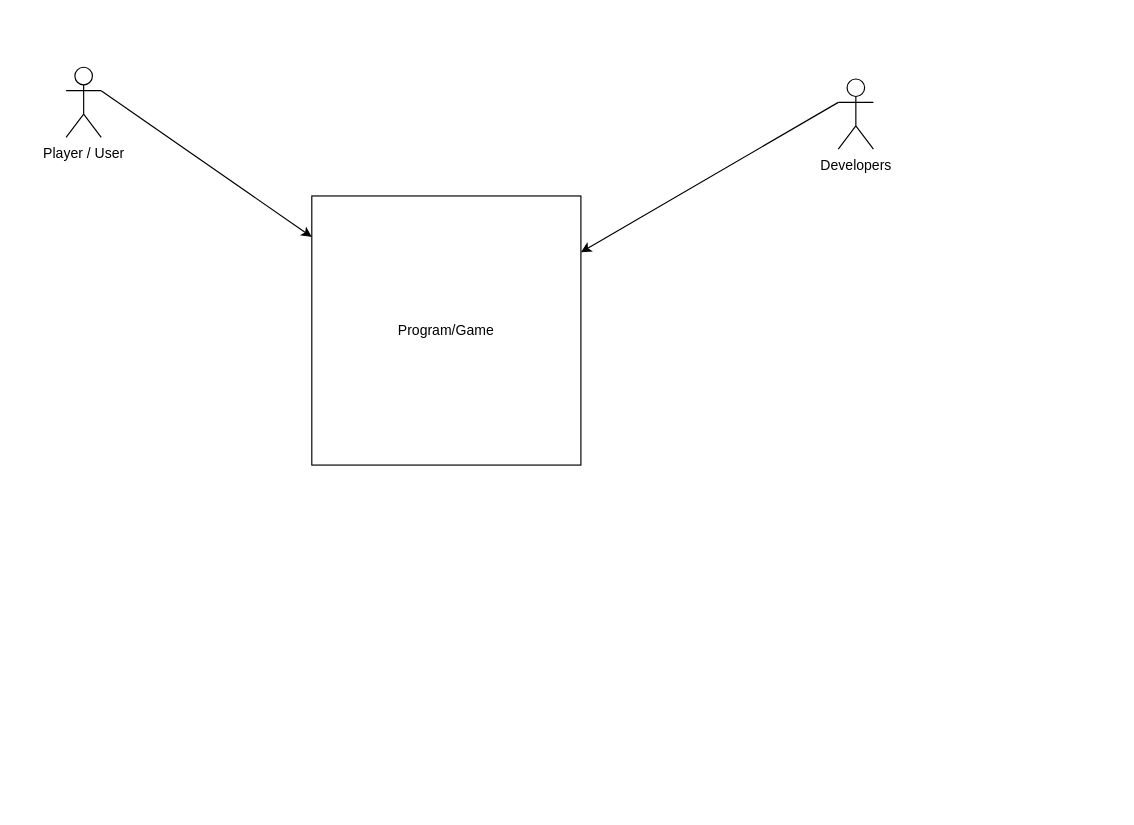
The draw.io diagram Untitled Diagram.drawio in nathanscott01/SENG201_Project, before the edit. Source tidied: cells renumbered, new cells numbered last; positions are measured from the earlier drawing's top-left corner, leaving out a move shared by most shapes. Both pictures are drawn from the tidied source at 117%, with x=0, y=0 at pixel (66, 67).
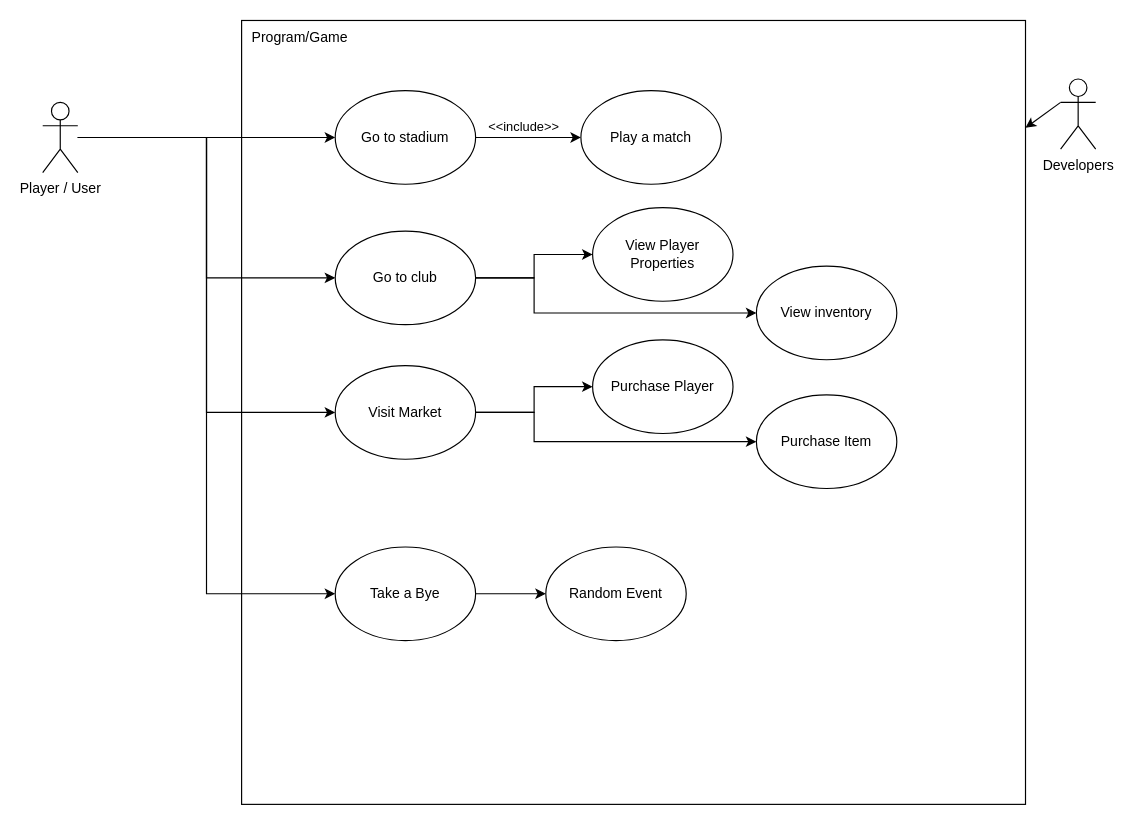
The same page after the edit.

Commit message:
Updated the Use Case Diagram

What changed in the source:
```diff
@@
-    <mxCell id="2" value="Program/Game" style="whiteSpace=wrap;html=1;" parent="1" vertex="1">
-      <mxGeometry x="210" y="110" width="230" height="230" as="geometry" />
+    <mxCell id="2" style="whiteSpace=wrap;html=1;" parent="1" vertex="1">
+      <mxGeometry x="150" y="-40" width="670" height="670" as="geometry" />
     </mxCell>
+    <mxCell id="7" style="edgeStyle=orthogonalEdgeStyle;rounded=0;jettySize=auto;html=1;entryX=0;entryY=0.5;entryDx=0;entryDy=0;" parent="1" edge="1" source="3" target="20">
+      <mxGeometry relative="1" as="geometry" />
+    </mxCell>
+    <mxCell id="8" style="edgeStyle=orthogonalEdgeStyle;rounded=0;jettySize=auto;html=1;" parent="1" edge="1" source="3" target="14">
+      <mxGeometry relative="1" as="geometry" />
+    </mxCell>
+    <mxCell id="9" style="edgeStyle=orthogonalEdgeStyle;rounded=0;jettySize=auto;html=1;entryX=0;entryY=0.5;entryDx=0;entryDy=0;" parent="1" edge="1" source="3" target="17">
+      <mxGeometry relative="1" as="geometry" />
+    </mxCell>
+    <mxCell id="10" style="edgeStyle=orthogonalEdgeStyle;rounded=0;jettySize=auto;html=1;entryX=0;entryY=0.5;entryDx=0;entryDy=0;" parent="1" edge="1" source="3" target="22">
+      <mxGeometry relative="1" as="geometry" />
+    </mxCell>
     <mxCell id="3" value="&lt;div&gt;Player / User&lt;/div&gt;&lt;div&gt;&lt;br&gt;&lt;/div&gt;" style="shape=umlActor;verticalLabelPosition=bottom;verticalAlign=top;html=1;outlineConnect=0;" parent="1" vertex="1">
-      <mxGeometry width="30" height="60" as="geometry" />
+      <mxGeometry x="-20" y="30" width="30" height="60" as="geometry" />
     </mxCell>
-    <mxCell id="4" style="endArrow=classic;html=1;rounded=0;exitX=1;exitY=0.3333333333333333;exitDx=0;exitDy=0;exitPerimeter=0;" parent="1" edge="1" source="3" target="2">
-      <mxGeometry relative="1" as="geometry" />
-    </mxCell>
     <mxCell id="5" value="&lt;div&gt;Developers&lt;/div&gt;&lt;div&gt;&lt;br&gt;&lt;/div&gt;" style="shape=umlActor;verticalLabelPosition=bottom;verticalAlign=top;html=1;outlineConnect=0;" parent="1" vertex="1">
-      <mxGeometry x="660" y="10" width="30" height="60" as="geometry" />
+      <mxGeometry x="850" y="10" width="30" height="60" as="geometry" />
     </mxCell>
@@
+    <mxCell id="11" value="&lt;div&gt;Program/Game&lt;/div&gt;" style="text;html=1;strokeColor=none;fillColor=none;align=center;verticalAlign=middle;whiteSpace=wrap;rounded=0;" parent="1" vertex="1">
+      <mxGeometry x="170" y="-40" width="60" height="30" as="geometry" />
+    </mxCell>
+    <mxCell id="12" style="edgeStyle=orthogonalEdgeStyle;rounded=0;jettySize=auto;html=1;entryX=0;entryY=0.5;entryDx=0;entryDy=0;exitX=1;exitY=0.5;exitDx=0;exitDy=0;" parent="1" edge="1" source="14" target="23">
+      <mxGeometry relative="1" as="geometry" />
+    </mxCell>
+    <mxCell id="13" value="&amp;lt;&amp;lt;include&amp;gt;&amp;gt;" style="edgeLabel;html=1;align=center;verticalAlign=middle;" parent="12" vertex="1">
+      <mxGeometry x="-0.27" y="-1" relative="1" as="geometry">
+        <mxPoint x="7" y="-11" as="offset" />
+      </mxGeometry>
+    </mxCell>
+    <mxCell id="14" value="Go to stadium" style="ellipse;whiteSpace=wrap;html=1;" parent="1" vertex="1">
+      <mxGeometry x="230" y="20" width="120" height="80" as="geometry" />
+    </mxCell>
+    <mxCell id="15" style="edgeStyle=orthogonalEdgeStyle;rounded=0;jettySize=auto;html=1;" parent="1" edge="1" source="17" target="25">
+      <mxGeometry relative="1" as="geometry" />
+    </mxCell>
+    <mxCell id="16" style="edgeStyle=orthogonalEdgeStyle;rounded=0;jettySize=auto;html=1;" parent="1" edge="1" source="17" target="24">
+      <mxGeometry relative="1" as="geometry">
+        <Array as="points">
+          <mxPoint x="400" y="180" />
+          <mxPoint x="400" y="210" />
+        </Array>
+      </mxGeometry>
+    </mxCell>
+    <mxCell id="17" value="Go to club" style="ellipse;whiteSpace=wrap;html=1;" parent="1" vertex="1">
+      <mxGeometry x="230" y="140" width="120" height="80" as="geometry" />
+    </mxCell>
+    <mxCell id="18" style="edgeStyle=orthogonalEdgeStyle;rounded=0;jettySize=auto;html=1;" parent="1" edge="1" source="20" target="26">
+      <mxGeometry relative="1" as="geometry" />
+    </mxCell>
+    <mxCell id="19" style="edgeStyle=orthogonalEdgeStyle;rounded=0;jettySize=auto;html=1;entryX=0;entryY=0.5;entryDx=0;entryDy=0;exitX=1;exitY=0.5;exitDx=0;exitDy=0;" parent="1" edge="1" source="20" target="27">
+      <mxGeometry relative="1" as="geometry">
+        <Array as="points">
+          <mxPoint x="400" y="295" />
+          <mxPoint x="400" y="320" />
+        </Array>
+      </mxGeometry>
+    </mxCell>
+    <mxCell id="20" value="Visit Market" style="ellipse;whiteSpace=wrap;html=1;" parent="1" vertex="1">
+      <mxGeometry x="230" y="255" width="120" height="80" as="geometry" />
+    </mxCell>
+    <mxCell id="21" style="edgeStyle=orthogonalEdgeStyle;rounded=0;jettySize=auto;html=1;entryX=0;entryY=0.5;entryDx=0;entryDy=0;" parent="1" edge="1" source="22" target="28">
+      <mxGeometry relative="1" as="geometry" />
+    </mxCell>
+    <mxCell id="22" value="Take a Bye" style="ellipse;whiteSpace=wrap;html=1;" parent="1" vertex="1">
+      <mxGeometry x="230" y="410" width="120" height="80" as="geometry" />
+    </mxCell>
+    <mxCell id="23" value="Play a match" style="ellipse;whiteSpace=wrap;html=1;" parent="1" vertex="1">
+      <mxGeometry x="440" y="20" width="120" height="80" as="geometry" />
+    </mxCell>
+    <mxCell id="24" value="View inventory" style="ellipse;whiteSpace=wrap;html=1;" parent="1" vertex="1">
+      <mxGeometry x="590" y="170" width="120" height="80" as="geometry" />
+    </mxCell>
+    <mxCell id="25" value="View Player Properties" style="ellipse;whiteSpace=wrap;html=1;" parent="1" vertex="1">
+      <mxGeometry x="450" y="120" width="120" height="80" as="geometry" />
+    </mxCell>
+    <mxCell id="26" value="Purchase Player" style="ellipse;whiteSpace=wrap;html=1;" parent="1" vertex="1">
+      <mxGeometry x="450" y="233" width="120" height="80" as="geometry" />
+    </mxCell>
+    <mxCell id="27" value="Purchase Item" style="ellipse;whiteSpace=wrap;html=1;" parent="1" vertex="1">
+      <mxGeometry x="590" y="280" width="120" height="80" as="geometry" />
+    </mxCell>
+    <mxCell id="28" value="Random Event" style="ellipse;whiteSpace=wrap;html=1;" parent="1" vertex="1">
+      <mxGeometry x="410" y="410" width="120" height="80" as="geometry" />
+    </mxCell>
```
